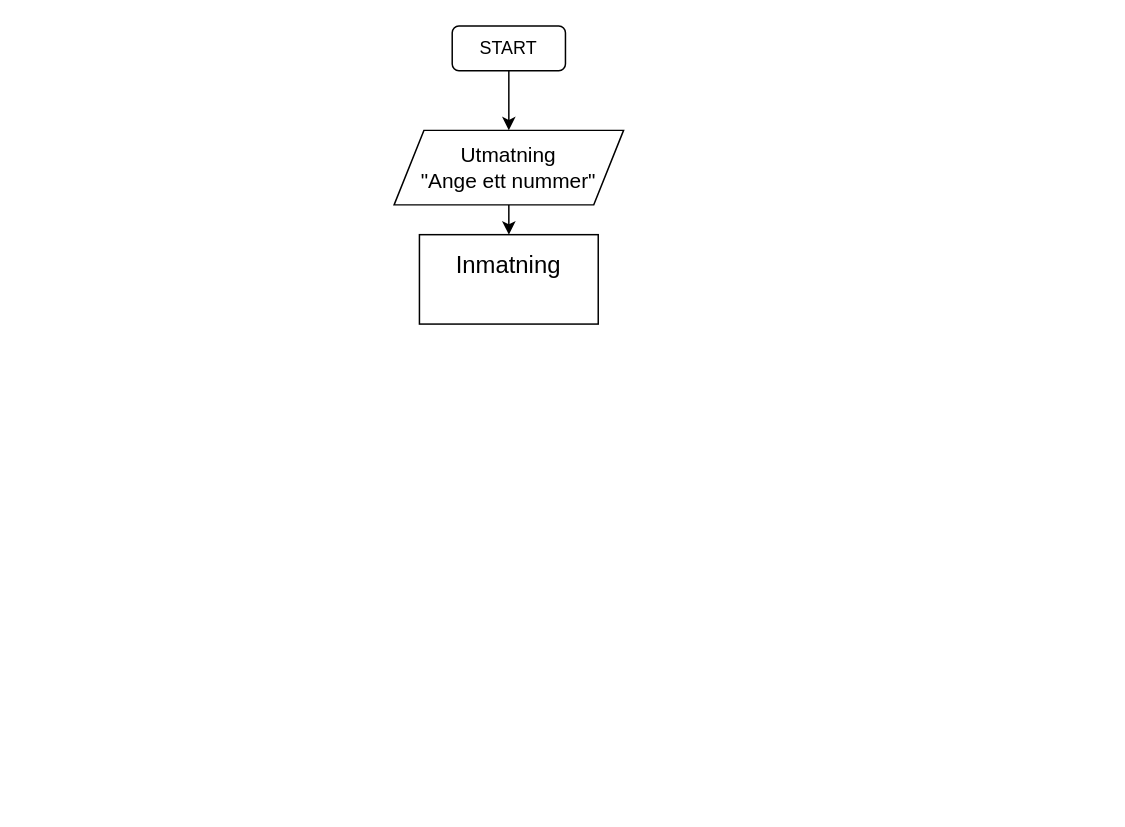
Earlier version of the draw.io diagram Untitled Diagram.drawio (RobinWi/Gissa-numret). Source tidied: cells renumbered, new cells numbered last; positions are measured from the earlier drawing's top-left corner, leaving out a move shared by most shapes. Both pictures are drawn from the tidied source at 149%, with x=0, y=0 at pixel (393, 25).
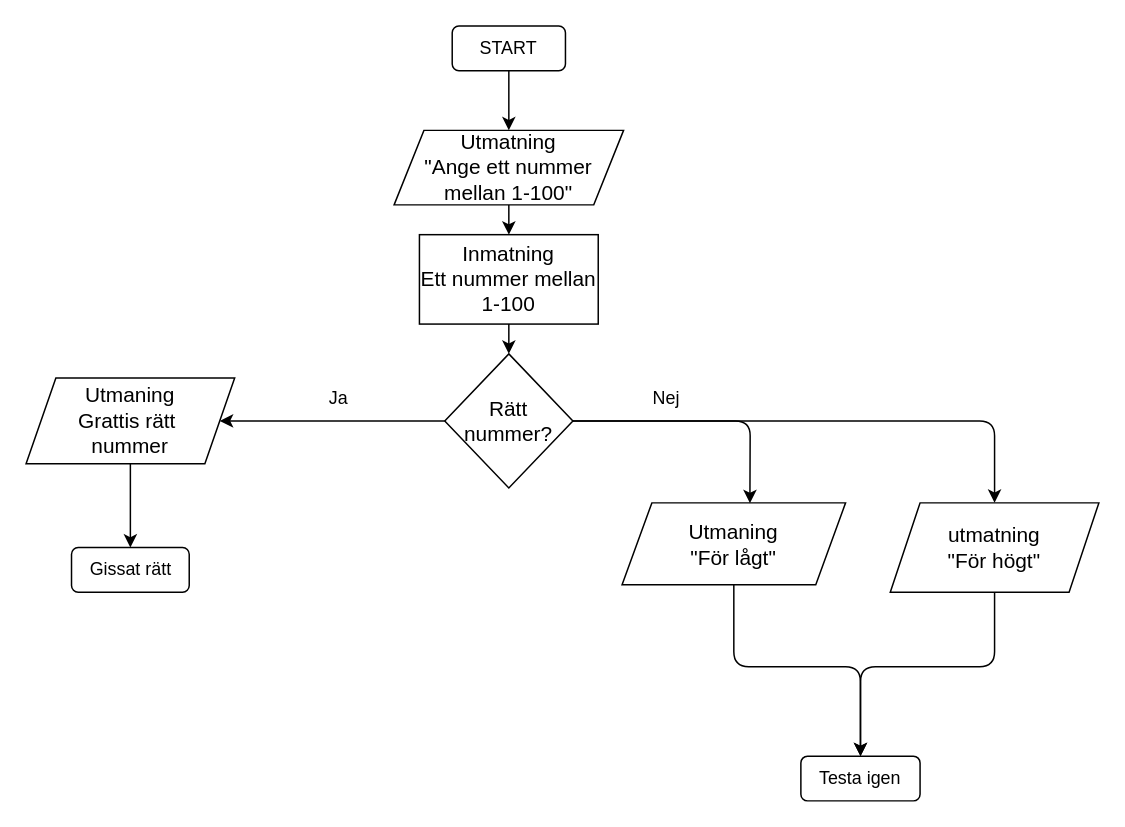
Above is the later version.

Commit message:
gissa talet algoritm

Diff of the diagram source:
```diff
@@
-    <mxCell id="4" value="&lt;span style=&quot;font-size: 14px&quot;&gt;Utmatning&lt;br&gt;&quot;Ange ett nummer&quot;&lt;br&gt;&lt;/span&gt;" style="shape=parallelogram;perimeter=parallelogramPerimeter;whiteSpace=wrap;html=1;fixedSize=1;" parent="1" vertex="1">
+    <mxCell id="4" value="&lt;span style=&quot;font-size: 14px&quot;&gt;Utmatning&lt;br&gt;&quot;Ange ett nummer mellan 1-100&quot;&lt;br&gt;&lt;/span&gt;" style="shape=parallelogram;perimeter=parallelogramPerimeter;whiteSpace=wrap;html=1;fixedSize=1;" parent="1" vertex="1">
       <mxGeometry y="70" width="154" height="50" as="geometry" />
     </mxCell>
-    <mxCell id="5" value="&lt;span style=&quot;font-size: 16px&quot;&gt;Inmatning&lt;br&gt;&lt;br&gt;&lt;/span&gt;" style="rounded=0;whiteSpace=wrap;html=1;" parent="1" vertex="1">
+    <mxCell id="5" value="&lt;span style=&quot;font-size: 14px&quot;&gt;Inmatning&lt;br&gt;Ett nummer mellan 1-100&lt;br&gt;&lt;/span&gt;" style="rounded=0;whiteSpace=wrap;html=1;" parent="1" vertex="1">
       <mxGeometry x="17" y="140" width="120" height="60" as="geometry" />
     </mxCell>
@@
+    <mxCell id="7" value="&lt;font style=&quot;font-size: 14px&quot;&gt;Rätt &lt;br&gt;nummer?&lt;/font&gt;" style="rhombus;whiteSpace=wrap;html=1;" parent="1" vertex="1">
+      <mxGeometry x="34" y="220" width="86" height="90" as="geometry" />
+    </mxCell>
+    <mxCell id="8" style="endArrow=classic;html=1;entryX=0.5;entryY=0;entryDx=0;entryDy=0;exitX=0.5;exitY=1;exitDx=0;exitDy=0;" parent="1" edge="1" source="5" target="7">
+      <mxGeometry relative="1" as="geometry" />
+    </mxCell>
+    <mxCell id="9" value="Nej" style="text;html=1;strokeColor=none;fillColor=none;align=center;verticalAlign=middle;whiteSpace=wrap;rounded=0;" parent="1" vertex="1">
+      <mxGeometry x="163" y="240" width="40" height="20" as="geometry" />
+    </mxCell>
+    <mxCell id="10" style="endArrow=classic;html=1;exitX=0;exitY=0.5;exitDx=0;exitDy=0;" parent="1" edge="1" source="7">
+      <mxGeometry relative="1" as="geometry">
+        <mxPoint x="-117" y="265" as="targetPoint" />
+      </mxGeometry>
+    </mxCell>
+    <mxCell id="11" value="Ja&lt;br&gt;" style="text;html=1;strokeColor=none;fillColor=none;align=center;verticalAlign=middle;whiteSpace=wrap;rounded=0;" parent="1" vertex="1">
+      <mxGeometry x="-57" y="240" width="40" height="20" as="geometry" />
+    </mxCell>
+    <mxCell id="12" value="&lt;font style=&quot;font-size: 14px&quot;&gt;Utmaning&lt;br&gt;&quot;För lågt&quot;&lt;br&gt;&lt;/font&gt;" style="shape=parallelogram;perimeter=parallelogramPerimeter;whiteSpace=wrap;html=1;fixedSize=1;" parent="1" vertex="1">
+      <mxGeometry x="153" y="320" width="150" height="55" as="geometry" />
+    </mxCell>
+    <mxCell id="13" value="&lt;font style=&quot;font-size: 14px&quot;&gt;Utmaning&lt;br&gt;Grattis rätt&amp;nbsp;&lt;br&gt;nummer&lt;/font&gt;" style="shape=parallelogram;perimeter=parallelogramPerimeter;whiteSpace=wrap;html=1;fixedSize=1;" parent="1" vertex="1">
+      <mxGeometry x="-247" y="236.2" width="140" height="57.5" as="geometry" />
+    </mxCell>
+    <mxCell id="14" style="endArrow=classic;html=1;exitX=1;exitY=0.5;exitDx=0;exitDy=0;entryX=0.572;entryY=0.004;entryDx=0;entryDy=0;entryPerimeter=0;" parent="1" edge="1" source="7" target="12">
+      <mxGeometry relative="1" as="geometry">
+        <Array as="points">
+          <mxPoint x="239" y="265" />
+        </Array>
+      </mxGeometry>
+    </mxCell>
+    <mxCell id="15" style="endArrow=classic;html=1;exitX=1;exitY=0.5;exitDx=0;exitDy=0;" parent="1" edge="1" source="7">
+      <mxGeometry relative="1" as="geometry">
+        <mxPoint x="403" y="320" as="targetPoint" />
+        <Array as="points">
+          <mxPoint x="403" y="265" />
+        </Array>
+      </mxGeometry>
+    </mxCell>
+    <mxCell id="16" value="&lt;font style=&quot;font-size: 14px&quot;&gt;utmatning&lt;br&gt;&quot;För högt&quot;&lt;br&gt;&lt;/font&gt;" style="shape=parallelogram;perimeter=parallelogramPerimeter;whiteSpace=wrap;html=1;fixedSize=1;" parent="1" vertex="1">
+      <mxGeometry x="333" y="320" width="140" height="60" as="geometry" />
+    </mxCell>
+    <mxCell id="17" value="Gissat rätt" style="rounded=1;whiteSpace=wrap;html=1;" parent="1" vertex="1">
+      <mxGeometry x="-216.5" y="350" width="79" height="30" as="geometry" />
+    </mxCell>
+    <mxCell id="18" style="endArrow=classic;html=1;entryX=0.5;entryY=0;entryDx=0;entryDy=0;exitX=0.5;exitY=1;exitDx=0;exitDy=0;" parent="1" edge="1" source="13" target="17">
+      <mxGeometry relative="1" as="geometry" />
+    </mxCell>
+    <mxCell id="19" style="endArrow=classic;html=1;exitX=0.5;exitY=1;exitDx=0;exitDy=0;entryX=0.5;entryY=0;entryDx=0;entryDy=0;" parent="1" edge="1" source="16" target="21">
+      <mxGeometry relative="1" as="geometry">
+        <Array as="points">
+          <mxPoint x="403" y="430" />
+          <mxPoint x="313" y="430" />
+        </Array>
+      </mxGeometry>
+    </mxCell>
+    <mxCell id="20" style="endArrow=classic;html=1;exitX=0.5;exitY=1;exitDx=0;exitDy=0;entryX=0.5;entryY=0;entryDx=0;entryDy=0;" parent="1" edge="1" source="12" target="21">
+      <mxGeometry relative="1" as="geometry">
+        <Array as="points">
+          <mxPoint x="228" y="430" />
+          <mxPoint x="313" y="430" />
+        </Array>
+      </mxGeometry>
+    </mxCell>
+    <mxCell id="21" value="Testa igen" style="rounded=1;whiteSpace=wrap;html=1;" parent="1" vertex="1">
+      <mxGeometry x="273" y="490" width="80" height="30" as="geometry" />
+    </mxCell>
```
